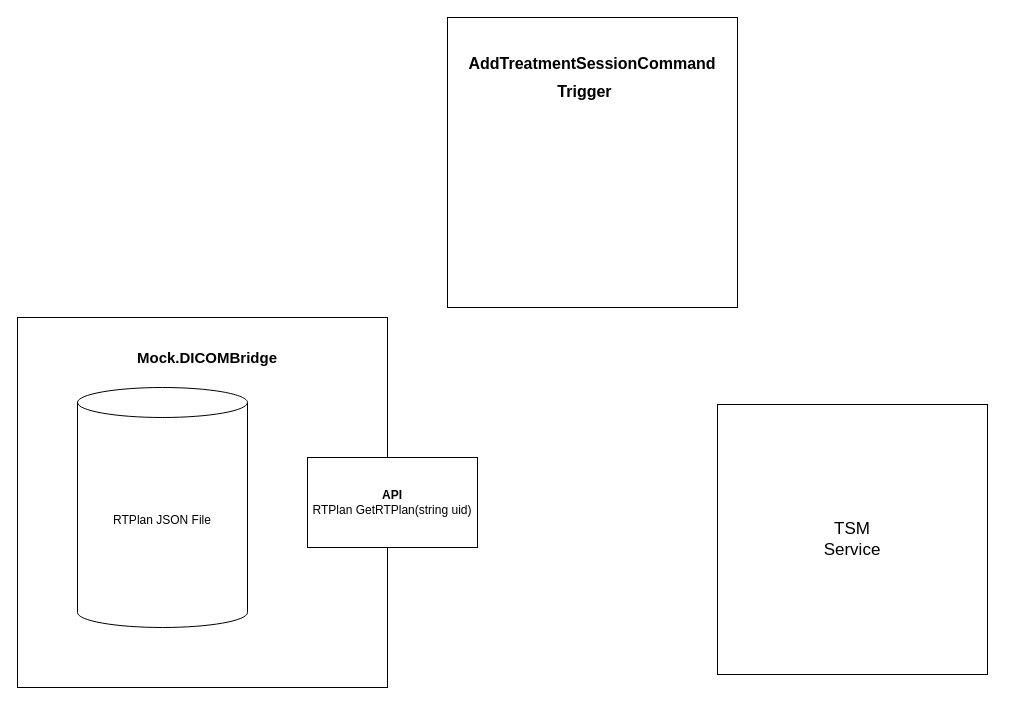
This is Untitled Diagram.drawio from xyzish/free-programming-books-zh_CN, a draw.io file, before an edit. Source tidied: cells renumbered, new cells numbered last; positions are measured from the earlier drawing's top-left corner, leaving out a move shared by most shapes. Both pictures are drawn from the tidied source at 100%, with x=0, y=0 at pixel (17, 17).
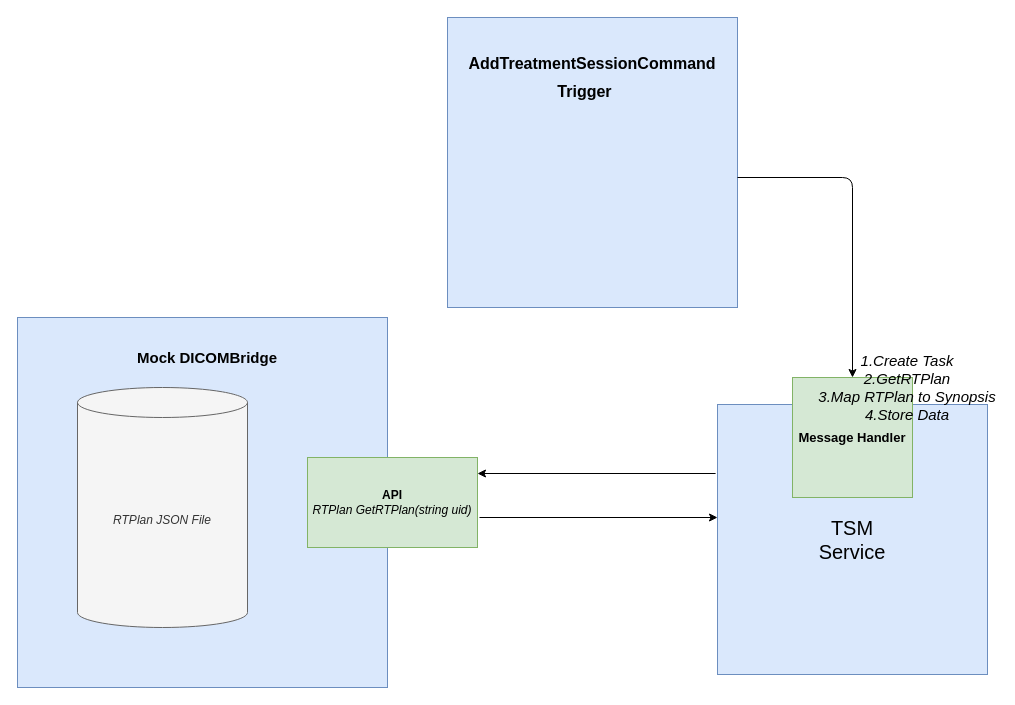
The same page after the edit.

Diff of the diagram source:
```diff
@@
 <mxGraphModel>
   <root>
     <mxCell id="0" />
     <mxCell id="1" parent="0" />
-    <mxCell id="2" value="&lt;div align=&quot;right&quot;&gt;&lt;br&gt;&lt;/div&gt;" style="whiteSpace=wrap;html=1;" parent="1" vertex="1">
+    <mxCell id="2" value="&lt;div align=&quot;right&quot;&gt;&lt;br&gt;&lt;/div&gt;" style="whiteSpace=wrap;html=1;fillColor=#dae8fc;strokeColor=#6c8ebf;" parent="1" vertex="1">
       <mxGeometry y="300" width="370" height="370" as="geometry" />
     </mxCell>
-    <mxCell id="3" value="RTPlan JSON File" style="shape=cylinder3;whiteSpace=wrap;html=1;boundedLbl=1;backgroundOutline=1;size=15;" parent="1" vertex="1">
+    <mxCell id="3" value="&lt;i&gt;RTPlan JSON File&lt;/i&gt;" style="shape=cylinder3;whiteSpace=wrap;html=1;boundedLbl=1;backgroundOutline=1;size=15;fillColor=#f5f5f5;strokeColor=#666666;fontColor=#333333;" parent="1" vertex="1">
       <mxGeometry x="60" y="370" width="170" height="240" as="geometry" />
     </mxCell>
-    <mxCell id="4" value="&lt;font style=&quot;font-size: 15px&quot;&gt;&lt;b&gt;Mock.DICOMBridge&lt;/b&gt;&lt;/font&gt;" style="text;html=1;strokeColor=none;fillColor=none;align=center;verticalAlign=middle;whiteSpace=wrap;rounded=0;" parent="1" vertex="1">
+    <mxCell id="4" value="&lt;font style=&quot;font-size: 15px&quot;&gt;&lt;b&gt;Mock DICOMBridge&lt;/b&gt;&lt;/font&gt;" style="text;html=1;strokeColor=none;fillColor=none;align=center;verticalAlign=middle;whiteSpace=wrap;rounded=0;" parent="1" vertex="1">
       <mxGeometry x="115" y="330" width="150" height="20" as="geometry" />
     </mxCell>
-    <mxCell id="5" value="&lt;div&gt;&lt;b&gt;API&lt;/b&gt;&lt;/div&gt;&lt;div&gt;RTPlan GetRTPlan(string uid)&lt;br&gt;&lt;/div&gt;" style="rounded=0;whiteSpace=wrap;html=1;" parent="1" vertex="1">
+    <mxCell id="5" value="&lt;div&gt;&lt;b&gt;API&lt;/b&gt;&lt;/div&gt;&lt;div&gt;&lt;i&gt;RTPlan GetRTPlan(string uid)&lt;/i&gt;&lt;br&gt;&lt;/div&gt;" style="rounded=0;whiteSpace=wrap;html=1;fillColor=#d5e8d4;strokeColor=#82b366;" parent="1" vertex="1">
       <mxGeometry x="290" y="440" width="170" height="90" as="geometry" />
     </mxCell>
-    <mxCell id="6" value="&lt;div style=&quot;font-size: 17px&quot;&gt;&lt;font style=&quot;font-size: 17px&quot;&gt;TSM&lt;/font&gt;&lt;/div&gt;&lt;div style=&quot;font-size: 17px&quot;&gt;&lt;font style=&quot;font-size: 17px&quot;&gt;Service&lt;br&gt;&lt;/font&gt;&lt;/div&gt;" style="whiteSpace=wrap;html=1;" parent="1" vertex="1">
+    <mxCell id="6" value="&lt;div style=&quot;font-size: 20px&quot;&gt;&lt;font style=&quot;font-size: 20px&quot;&gt;TSM&lt;/font&gt;&lt;/div&gt;&lt;div style=&quot;font-size: 20px&quot;&gt;&lt;font style=&quot;font-size: 20px&quot;&gt;Service&lt;br&gt;&lt;/font&gt;&lt;/div&gt;" style="whiteSpace=wrap;html=1;fillColor=#dae8fc;strokeColor=#6c8ebf;" parent="1" vertex="1">
       <mxGeometry x="700" y="387" width="270" height="270" as="geometry" />
     </mxCell>
-    <mxCell id="7" style="whiteSpace=wrap;html=1;" parent="1" vertex="1">
+    <mxCell id="7" style="whiteSpace=wrap;html=1;fillColor=#dae8fc;strokeColor=#6c8ebf;" parent="1" vertex="1">
       <mxGeometry x="430" width="290" height="290" as="geometry" />
     </mxCell>
     <mxCell id="8" value="&lt;div style=&quot;text-align: left ; line-height: 1.75 ; font-size: 16px&quot;&gt;&lt;font style=&quot;font-size: 16px&quot;&gt;&lt;b&gt;AddTreatmentSessionCommand&lt;/b&gt;&lt;/font&gt;&lt;/div&gt;&lt;div style=&quot;text-align: left ; line-height: 1.75 ; font-size: 16px&quot;&gt;&lt;font style=&quot;font-size: 16px&quot;&gt;&lt;b&gt;&amp;nbsp;&amp;nbsp;&amp;nbsp;&amp;nbsp;&amp;nbsp;&amp;nbsp;&amp;nbsp;&amp;nbsp;&amp;nbsp;&amp;nbsp;&amp;nbsp;&amp;nbsp;&amp;nbsp;&amp;nbsp; &amp;nbsp; &amp;nbsp;&amp;nbsp; Trigger&lt;br&gt;&lt;/b&gt;&lt;/font&gt;&lt;/div&gt;" style="text;html=1;strokeColor=none;fillColor=none;align=center;verticalAlign=middle;whiteSpace=wrap;rounded=0;" parent="1" vertex="1">
       <mxGeometry x="490" y="50" width="170" height="20" as="geometry" />
     </mxCell>
+    <mxCell id="9" style="endArrow=classic;html=1;edgeStyle=orthogonalEdgeStyle;entryX=0.5;entryY=0;entryDx=0;entryDy=0;" parent="1" edge="1" target="12">
+      <mxGeometry relative="1" as="geometry">
+        <mxPoint x="720" y="160" as="sourcePoint" />
+        <Array as="points">
+          <mxPoint x="835" y="160" />
+        </Array>
+      </mxGeometry>
+    </mxCell>
+    <mxCell id="10" style="endArrow=classic;html=1;exitX=-0.007;exitY=0.363;exitDx=0;exitDy=0;exitPerimeter=0;entryX=1;entryY=0.5;entryDx=0;entryDy=0;" parent="1" edge="1">
+      <mxGeometry relative="1" as="geometry">
+        <mxPoint x="698.1" y="456" as="sourcePoint" />
+        <mxPoint x="460" y="456" as="targetPoint" />
+      </mxGeometry>
+    </mxCell>
+    <mxCell id="11" style="endArrow=classic;html=1;exitX=1.012;exitY=0.689;exitDx=0;exitDy=0;exitPerimeter=0;" parent="1" edge="1">
+      <mxGeometry relative="1" as="geometry">
+        <mxPoint x="462" y="500" as="sourcePoint" />
+        <mxPoint x="700" y="500" as="targetPoint" />
+      </mxGeometry>
+    </mxCell>
+    <mxCell id="12" value="&lt;font style=&quot;font-size: 13px&quot;&gt;&lt;b&gt;Message Handler&lt;/b&gt;&lt;/font&gt;" style="rounded=0;whiteSpace=wrap;html=1;fillColor=#d5e8d4;strokeColor=#82b366;" parent="1" vertex="1">
+      <mxGeometry x="775" y="360" width="120" height="120" as="geometry" />
+    </mxCell>
+    <mxCell id="13" value="&lt;div style=&quot;font-size: 15px&quot;&gt;&lt;i&gt;&lt;font style=&quot;font-size: 15px&quot;&gt;1.Create Task&lt;/font&gt;&lt;/i&gt;&lt;/div&gt;&lt;div style=&quot;font-size: 15px&quot;&gt;&lt;i&gt;&lt;font style=&quot;font-size: 15px&quot;&gt;2.GetRTPlan&lt;/font&gt;&lt;/i&gt;&lt;/div&gt;&lt;div style=&quot;font-size: 15px&quot;&gt;&lt;i&gt;&lt;font style=&quot;font-size: 15px&quot;&gt;3.Map RTPlan to Synopsis&lt;/font&gt;&lt;/i&gt;&lt;/div&gt;&lt;div style=&quot;font-size: 15px&quot;&gt;&lt;i&gt;&lt;font style=&quot;font-size: 15px&quot;&gt;4.Store Data&lt;br&gt;&lt;/font&gt;&lt;/i&gt;&lt;/div&gt;" style="text;html=1;strokeColor=none;fillColor=none;align=center;verticalAlign=middle;whiteSpace=wrap;rounded=0;" parent="1" vertex="1">
+      <mxGeometry x="800" y="330" width="180" height="80" as="geometry" />
+    </mxCell>
   </root>
 </mxGraphModel>
```
